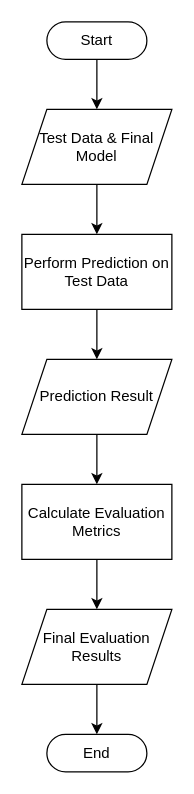
The draw.io diagram diagrams/flowchart evaluation.drawio in fadhilra101/skripsi, before the edit. Source tidied: cells renumbered, new cells numbered last; positions are measured from the earlier drawing's top-left corner, leaving out a move shared by most shapes. Both pictures are drawn from the tidied source at 125%, with x=0, y=0 at pixel (21, 21).
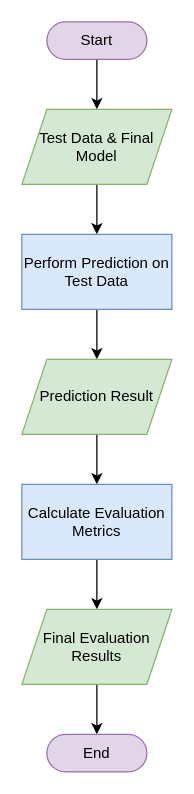
The same page after the edit.

What changed in the source:
```diff
@@
 <mxGraphModel>
   <root>
     <mxCell id="0" />
     <mxCell id="1" parent="0" />
     <mxCell id="2" style="edgeStyle=orthogonalEdgeStyle;rounded=0;jettySize=auto;html=1;" parent="1" edge="1" source="3" target="5">
       <mxGeometry relative="1" as="geometry" />
     </mxCell>
-    <mxCell id="3" value="Start" style="html=1;dashed=0;whiteSpace=wrap;shape=mxgraph.dfd.start;" parent="1" vertex="1">
+    <mxCell id="3" value="Start" style="html=1;dashed=0;whiteSpace=wrap;shape=mxgraph.dfd.start;fillColor=#e1d5e7;strokeColor=#9673a6;" parent="1" vertex="1">
       <mxGeometry x="20" width="80" height="30" as="geometry" />
     </mxCell>
     <mxCell id="4" style="edgeStyle=orthogonalEdgeStyle;rounded=0;jettySize=auto;html=1;" parent="1" edge="1" source="5" target="7">
       <mxGeometry relative="1" as="geometry" />
     </mxCell>
-    <mxCell id="5" value="&lt;p&gt;Test Data &amp;amp; Final Model&lt;/p&gt;" style="shape=parallelogram;perimeter=parallelogramPerimeter;whiteSpace=wrap;html=1;fixedSize=1;" parent="1" vertex="1">
+    <mxCell id="5" value="&lt;p&gt;Test Data &amp;amp; Final Model&lt;/p&gt;" style="shape=parallelogram;perimeter=parallelogramPerimeter;whiteSpace=wrap;html=1;fixedSize=1;fillColor=#d5e8d4;strokeColor=#82b366;" parent="1" vertex="1">
       <mxGeometry y="70" width="120" height="60" as="geometry" />
     </mxCell>
     <mxCell id="6" style="edgeStyle=orthogonalEdgeStyle;rounded=0;jettySize=auto;html=1;" parent="1" edge="1" source="7" target="9">
       <mxGeometry relative="1" as="geometry" />
     </mxCell>
-    <mxCell id="7" value="&lt;p&gt;Perform Prediction on Test Data&lt;/p&gt;" style="rounded=0;whiteSpace=wrap;html=1;" parent="1" vertex="1">
+    <mxCell id="7" value="&lt;p&gt;Perform Prediction on Test Data&lt;/p&gt;" style="rounded=0;whiteSpace=wrap;html=1;fillColor=#dae8fc;strokeColor=#6c8ebf;" parent="1" vertex="1">
       <mxGeometry y="170" width="120" height="60" as="geometry" />
     </mxCell>
     <mxCell id="8" style="edgeStyle=orthogonalEdgeStyle;rounded=0;jettySize=auto;html=1;" parent="1" edge="1" source="9" target="11">
       <mxGeometry relative="1" as="geometry" />
     </mxCell>
-    <mxCell id="9" value="&lt;p&gt;Prediction Result&lt;/p&gt;" style="shape=parallelogram;perimeter=parallelogramPerimeter;whiteSpace=wrap;html=1;fixedSize=1;" parent="1" vertex="1">
+    <mxCell id="9" value="&lt;p&gt;Prediction Result&lt;/p&gt;" style="shape=parallelogram;perimeter=parallelogramPerimeter;whiteSpace=wrap;html=1;fixedSize=1;fillColor=#d5e8d4;strokeColor=#82b366;" parent="1" vertex="1">
       <mxGeometry y="270" width="120" height="60" as="geometry" />
     </mxCell>
     <mxCell id="10" style="edgeStyle=orthogonalEdgeStyle;rounded=0;jettySize=auto;html=1;" parent="1" edge="1" source="11" target="13">
       <mxGeometry relative="1" as="geometry" />
     </mxCell>
-    <mxCell id="11" value="&lt;p&gt;Calculate Evaluation Metrics&lt;/p&gt;" style="rounded=0;whiteSpace=wrap;html=1;" parent="1" vertex="1">
+    <mxCell id="11" value="&lt;p&gt;Calculate Evaluation Metrics&lt;/p&gt;" style="rounded=0;whiteSpace=wrap;html=1;fillColor=#dae8fc;strokeColor=#6c8ebf;" parent="1" vertex="1">
       <mxGeometry y="370" width="120" height="60" as="geometry" />
     </mxCell>
     <mxCell id="12" style="edgeStyle=orthogonalEdgeStyle;rounded=0;jettySize=auto;html=1;" parent="1" edge="1" source="13" target="14">
       <mxGeometry relative="1" as="geometry" />
     </mxCell>
-    <mxCell id="13" value="&lt;p&gt;Final Evaluation Results&lt;/p&gt;" style="shape=parallelogram;perimeter=parallelogramPerimeter;whiteSpace=wrap;html=1;fixedSize=1;" parent="1" vertex="1">
+    <mxCell id="13" value="&lt;p&gt;Final Evaluation Results&lt;/p&gt;" style="shape=parallelogram;perimeter=parallelogramPerimeter;whiteSpace=wrap;html=1;fixedSize=1;fillColor=#d5e8d4;strokeColor=#82b366;" parent="1" vertex="1">
       <mxGeometry y="470" width="120" height="60" as="geometry" />
     </mxCell>
-    <mxCell id="14" value="End" style="html=1;dashed=0;whiteSpace=wrap;shape=mxgraph.dfd.start;" parent="1" vertex="1">
+    <mxCell id="14" value="End" style="html=1;dashed=0;whiteSpace=wrap;shape=mxgraph.dfd.start;fillColor=#e1d5e7;strokeColor=#9673a6;" parent="1" vertex="1">
       <mxGeometry x="20" y="570" width="80" height="30" as="geometry" />
     </mxCell>
   </root>
 </mxGraphModel>
```
